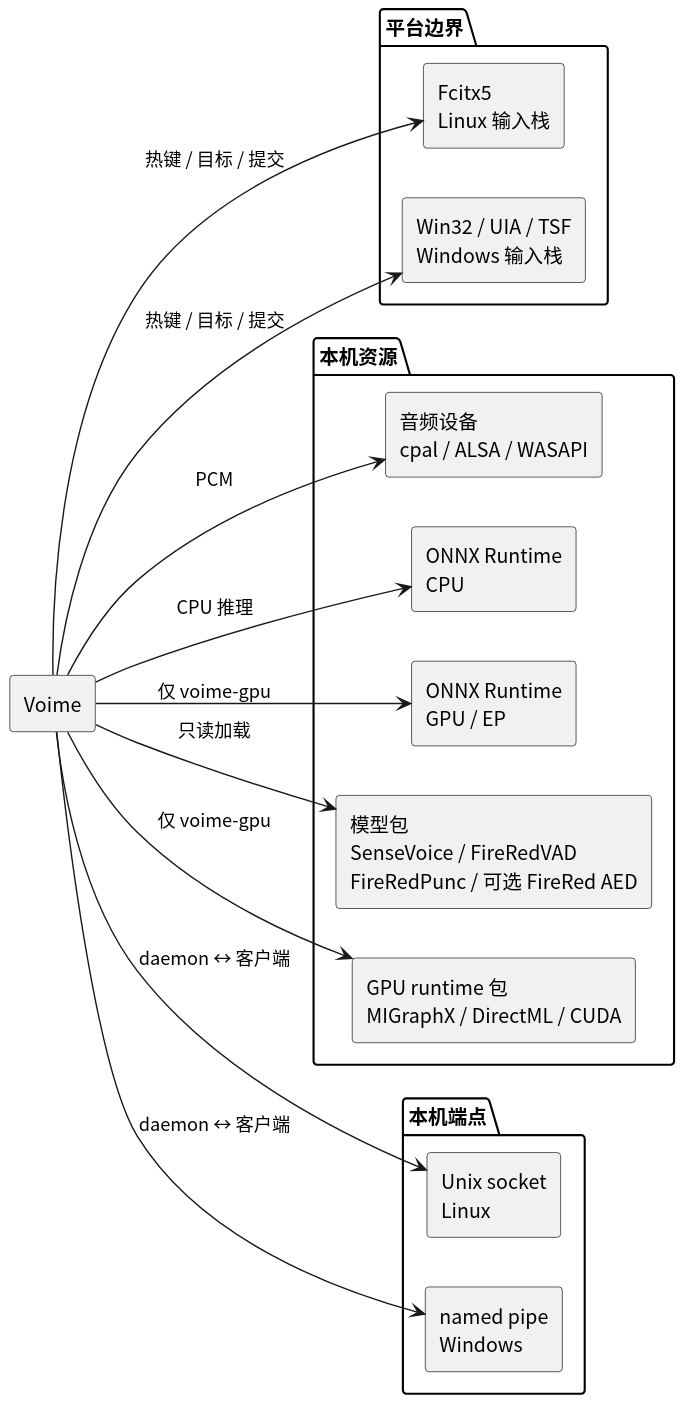
The PlantUML diagram diagram/provider-map.svg in 54m43lJ/voime, before a commit. The source it was exported from:
```plantuml
@startuml
skinparam defaultFontName "Noto Sans CJK SC"
skinparam shadowing false
skinparam componentStyle rectangle
left to right direction

component "Voime" as Voime

package "平台边界" {
  component "Fcitx5\nLinux 输入栈" as Fcitx
  component "Win32 / UIA / TSF\nWindows 输入栈" as Win
}

package "本机资源" {
  component "音频设备\ncpal / ALSA / WASAPI" as Audio
  component "ONNX Runtime\nCPU" as OrtCpu
  component "ONNX Runtime\nGPU / EP" as OrtGpu
  component "模型包\nSenseVoice / FireRedVAD\nFireRedPunc / 可选 FireRed AED" as Models
  component "GPU runtime 包\nMIGraphX / DirectML / CUDA" as Runtime
}

package "本机端点" {
  component "Unix socket\nLinux" as Unix
  component "named pipe\nWindows" as Pipe
}

Voime --> Fcitx : 热键 / 目标 / 提交
Voime --> Win : 热键 / 目标 / 提交
Voime --> Audio : PCM
Voime --> OrtCpu : CPU 推理
Voime --> Models : 只读加载
Voime --> Unix : daemon ↔ 客户端
Voime --> Pipe : daemon ↔ 客户端
Voime --> OrtGpu : 仅 voime-gpu
Voime --> Runtime : 仅 voime-gpu
@enduml
```
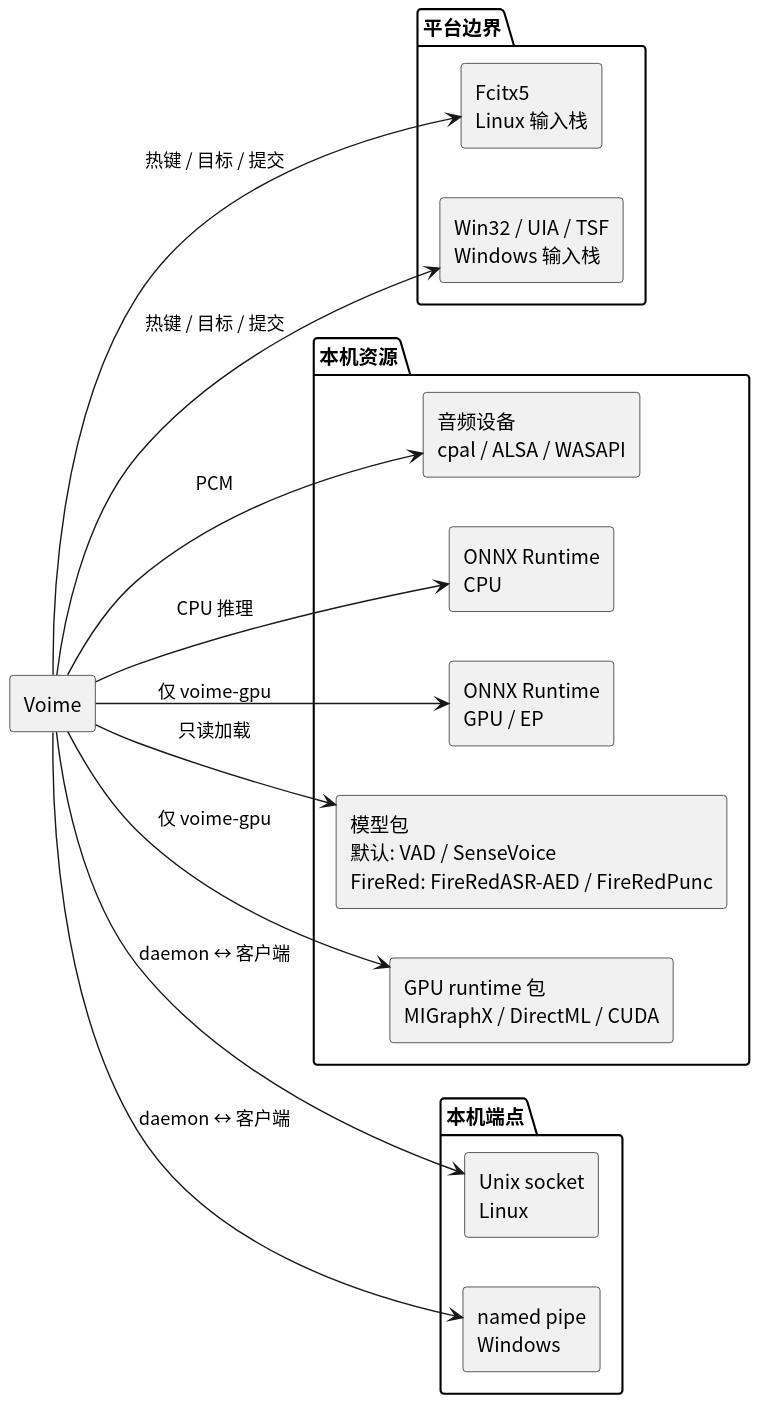
After the change.

The edit, as a diff of the source:
```diff
@@ -15,7 +15,7 @@
   component "音频设备\ncpal / ALSA / WASAPI" as Audio
   component "ONNX Runtime\nCPU" as OrtCpu
   component "ONNX Runtime\nGPU / EP" as OrtGpu
-  component "模型包\nSenseVoice / FireRedVAD\nFireRedPunc / 可选 FireRed AED" as Models
+  component "模型包\n默认: VAD / SenseVoice\nFireRed: FireRedASR-AED / FireRedPunc" as Models
   component "GPU runtime 包\nMIGraphX / DirectML / CUDA" as Runtime
 }
 
```
